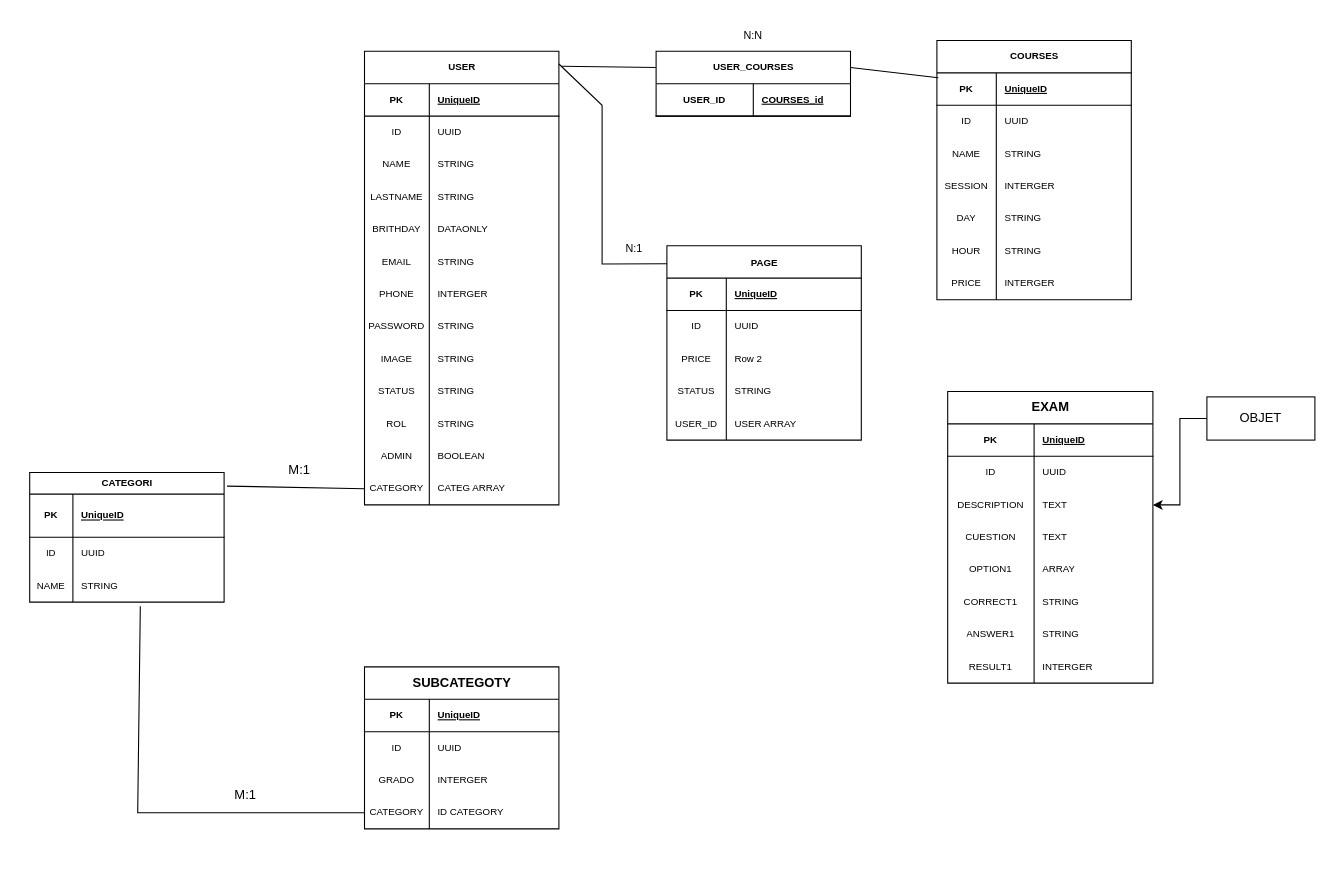
Above: Diagrama sin título.drawio in AndresAndrada/AndresAndrada (draw.io), before the change. Source tidied: cells renumbered, new cells numbered last; positions are measured from the earlier drawing's top-left corner, leaving out a move shared by most shapes. Both pictures are drawn from the tidied source at 108%, with x=0, y=0 at pixel (29, 18).
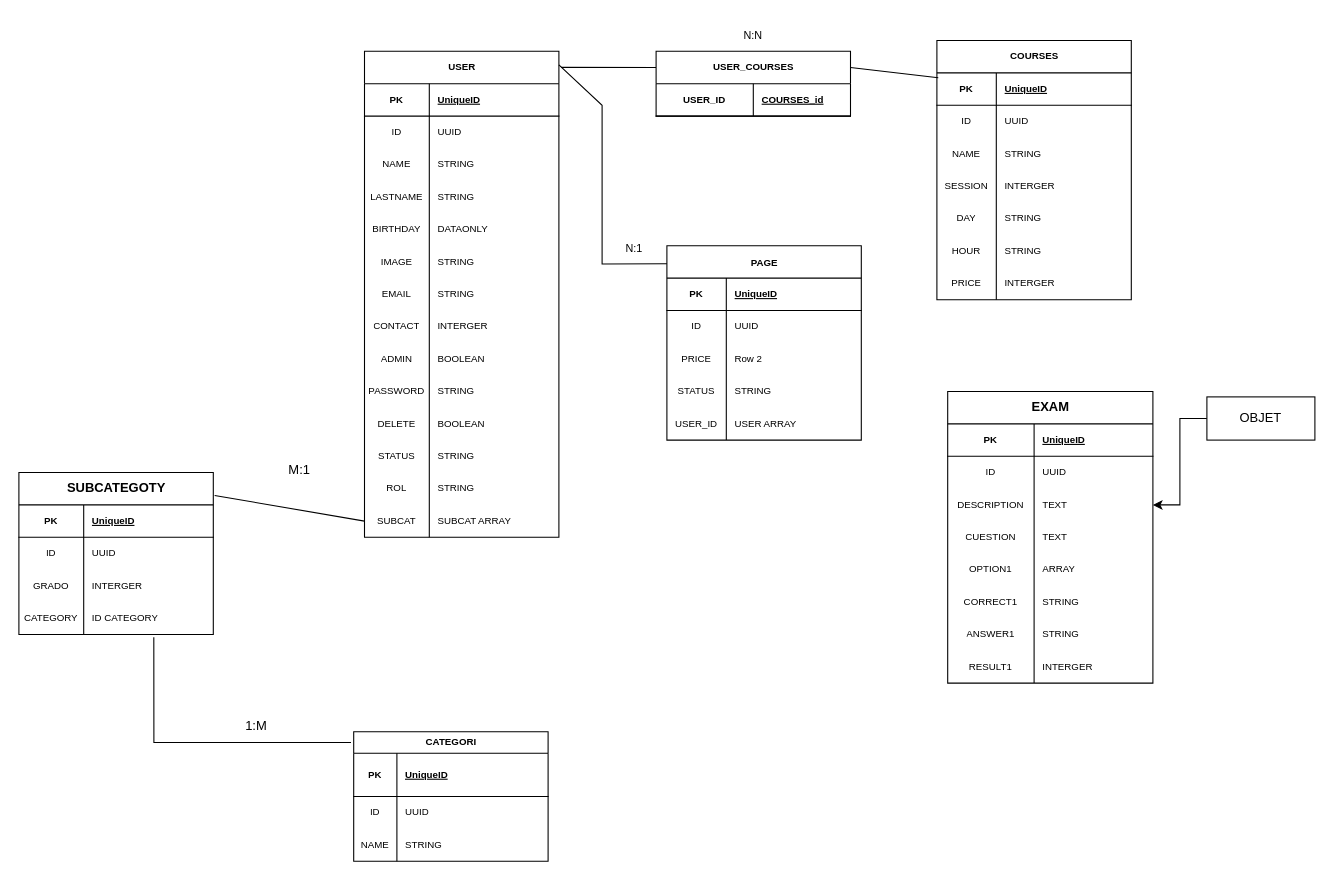
The same page after the edit.

The change refers to these unchanged cells:
```xml
<mxCell id="17" style="shape=tableRow;horizontal=0;startSize=0;swimlaneHead=0;swimlaneBody=0;fillColor=none;top=0;left=0;right=0;bottom=0;" parent="4" vertex="1">
  <mxGeometry y="150" width="180" height="30" as="geometry" />
</mxCell>
<mxCell id="73" style="shape=tableRow;horizontal=0;startSize=0;swimlaneHead=0;swimlaneBody=0;fillColor=none;points=[[0,0.5],[1,0.5]];portConstraint=eastwest;top=0;left=0;right=0;bottom=0;" parent="66" vertex="1">
  <mxGeometry y="90" width="180" height="30" as="geometry" />
</mxCell>
<mxCell id="138" style="shape=tableRow;horizontal=0;startSize=0;swimlaneHead=0;swimlaneBody=0;fillColor=none;points=[[0,0.5],[1,0.5]];portConstraint=eastwest;top=0;left=0;right=0;bottom=0;fontSize=9;" parent="128" vertex="1">
  <mxGeometry y="120" width="180" height="30" as="geometry" />
</mxCell>
```

What changed in the source:
```diff
@@
     <mxCell id="4" value="USER" style="shape=table;startSize=30;childLayout=tableLayout;rowLines=0;fontStyle=1;align=center;html=1;labelBorderColor=none;fontSize=9;" parent="1" vertex="1">
-      <mxGeometry x="310" y="30" width="180" height="420" as="geometry" />
+      <mxGeometry x="310" y="30" width="180" height="450" as="geometry" />
     </mxCell>
@@
-    <mxCell id="18" value="BRITHDAY" style="shape=partialRectangle;fillColor=none;top=0;left=0;bottom=0;right=0;overflow=hidden;whiteSpace=wrap;html=1;fontSize=9;" parent="17" vertex="1">
+    <mxCell id="18" value="BIRTHDAY" style="shape=partialRectangle;fillColor=none;top=0;left=0;bottom=0;right=0;overflow=hidden;whiteSpace=wrap;html=1;fontSize=9;" parent="17" vertex="1">
       <mxGeometry width="60" height="30" as="geometry" />
     </mxCell>
@@
+    <mxCell id="143" style="shape=tableRow;horizontal=0;startSize=0;swimlaneHead=0;swimlaneBody=0;fillColor=none;top=0;left=0;right=0;bottom=0;" parent="4" vertex="1">
+      <mxGeometry y="180" width="180" height="30" as="geometry" />
+    </mxCell>
+    <mxCell id="30" value="IMAGE" style="shape=partialRectangle;fillColor=none;top=0;left=0;bottom=0;right=0;overflow=hidden;whiteSpace=wrap;html=1;fontSize=9;" parent="143" vertex="1">
+      <mxGeometry width="60" height="30" as="geometry" />
+    </mxCell>
+    <mxCell id="31" value="STRING" style="shape=partialRectangle;fillColor=none;top=0;left=0;bottom=0;right=0;align=left;spacingLeft=6;overflow=hidden;whiteSpace=wrap;html=1;fontSize=9;" parent="143" vertex="1">
+      <mxGeometry x="60" width="120" height="30" as="geometry" />
+    </mxCell>
     <mxCell id="20" style="shape=tableRow;horizontal=0;startSize=0;swimlaneHead=0;swimlaneBody=0;fillColor=none;top=0;left=0;right=0;bottom=0;" parent="4" vertex="1">
-      <mxGeometry y="180" width="180" height="30" as="geometry" />
+      <mxGeometry y="210" width="180" height="30" as="geometry" />
     </mxCell>
@@
     <mxCell id="23" style="shape=tableRow;horizontal=0;startSize=0;swimlaneHead=0;swimlaneBody=0;fillColor=none;top=0;left=0;right=0;bottom=0;" parent="4" vertex="1">
-      <mxGeometry y="210" width="180" height="30" as="geometry" />
+      <mxGeometry y="240" width="180" height="30" as="geometry" />
     </mxCell>
-    <mxCell id="24" value="PHONE" style="shape=partialRectangle;fillColor=none;top=0;left=0;bottom=0;right=0;overflow=hidden;whiteSpace=wrap;html=1;fontSize=9;" parent="23" vertex="1">
+    <mxCell id="24" value="CONTACT" style="shape=partialRectangle;fillColor=none;top=0;left=0;bottom=0;right=0;overflow=hidden;whiteSpace=wrap;html=1;fontSize=9;" parent="23" vertex="1">
       <mxGeometry width="60" height="30" as="geometry" />
     </mxCell>
@@
+    <mxCell id="38" style="shape=tableRow;horizontal=0;startSize=0;swimlaneHead=0;swimlaneBody=0;fillColor=none;top=0;left=0;right=0;bottom=0;" parent="4" vertex="1">
+      <mxGeometry y="270" width="180" height="30" as="geometry" />
+    </mxCell>
+    <mxCell id="39" value="ADMIN" style="shape=partialRectangle;fillColor=none;top=0;left=0;bottom=0;right=0;overflow=hidden;whiteSpace=wrap;html=1;fontSize=9;" parent="38" vertex="1">
+      <mxGeometry width="60" height="30" as="geometry" />
+    </mxCell>
+    <mxCell id="40" value="BOOLEAN" style="shape=partialRectangle;fillColor=none;top=0;left=0;bottom=0;right=0;align=left;spacingLeft=6;overflow=hidden;whiteSpace=wrap;html=1;fontSize=9;" parent="38" vertex="1">
+      <mxGeometry x="60" width="120" height="30" as="geometry" />
+    </mxCell>
     <mxCell id="26" style="shape=tableRow;horizontal=0;startSize=0;swimlaneHead=0;swimlaneBody=0;fillColor=none;top=0;left=0;right=0;bottom=0;" parent="4" vertex="1">
-      <mxGeometry y="240" width="180" height="30" as="geometry" />
+      <mxGeometry y="300" width="180" height="30" as="geometry" />
     </mxCell>
@@
-    <mxCell id="29" style="shape=tableRow;horizontal=0;startSize=0;swimlaneHead=0;swimlaneBody=0;fillColor=none;top=0;left=0;right=0;bottom=0;" parent="4" vertex="1">
-      <mxGeometry y="270" width="180" height="30" as="geometry" />
-    </mxCell>
-    <mxCell id="30" value="IMAGE" style="shape=partialRectangle;fillColor=none;top=0;left=0;bottom=0;right=0;overflow=hidden;whiteSpace=wrap;html=1;fontSize=9;" parent="29" vertex="1">
-      <mxGeometry width="60" height="30" as="geometry" />
-    </mxCell>
-    <mxCell id="31" value="STRING" style="shape=partialRectangle;fillColor=none;top=0;left=0;bottom=0;right=0;align=left;spacingLeft=6;overflow=hidden;whiteSpace=wrap;html=1;fontSize=9;" parent="29" vertex="1">
-      <mxGeometry x="60" width="120" height="30" as="geometry" />
-    </mxCell>
+    <mxCell id="144" style="shape=tableRow;horizontal=0;startSize=0;swimlaneHead=0;swimlaneBody=0;fillColor=none;top=0;left=0;right=0;bottom=0;" parent="4" vertex="1">
+      <mxGeometry y="330" width="180" height="30" as="geometry" />
+    </mxCell>
+    <mxCell id="145" value="DELETE" style="shape=partialRectangle;fillColor=none;top=0;left=0;bottom=0;right=0;overflow=hidden;whiteSpace=wrap;html=1;fontSize=9;" parent="144" vertex="1">
+      <mxGeometry width="60" height="30" as="geometry" />
+    </mxCell>
+    <mxCell id="146" value="BOOLEAN" style="shape=partialRectangle;fillColor=none;top=0;left=0;bottom=0;right=0;align=left;spacingLeft=6;overflow=hidden;whiteSpace=wrap;html=1;fontSize=9;" parent="144" vertex="1">
+      <mxGeometry x="60" width="120" height="30" as="geometry" />
+    </mxCell>
     <mxCell id="32" style="shape=tableRow;horizontal=0;startSize=0;swimlaneHead=0;swimlaneBody=0;fillColor=none;top=0;left=0;right=0;bottom=0;" parent="4" vertex="1">
-      <mxGeometry y="300" width="180" height="30" as="geometry" />
+      <mxGeometry y="360" width="180" height="30" as="geometry" />
     </mxCell>
@@
     <mxCell id="35" style="shape=tableRow;horizontal=0;startSize=0;swimlaneHead=0;swimlaneBody=0;fillColor=none;top=0;left=0;right=0;bottom=0;" parent="4" vertex="1">
-      <mxGeometry y="330" width="180" height="30" as="geometry" />
+      <mxGeometry y="390" width="180" height="30" as="geometry" />
     </mxCell>
@@
-    <mxCell id="38" style="shape=tableRow;horizontal=0;startSize=0;swimlaneHead=0;swimlaneBody=0;fillColor=none;top=0;left=0;right=0;bottom=0;" parent="4" vertex="1">
-      <mxGeometry y="360" width="180" height="30" as="geometry" />
-    </mxCell>
-    <mxCell id="39" value="ADMIN" style="shape=partialRectangle;fillColor=none;top=0;left=0;bottom=0;right=0;overflow=hidden;whiteSpace=wrap;html=1;fontSize=9;" parent="38" vertex="1">
-      <mxGeometry width="60" height="30" as="geometry" />
-    </mxCell>
-    <mxCell id="40" value="BOOLEAN" style="shape=partialRectangle;fillColor=none;top=0;left=0;bottom=0;right=0;align=left;spacingLeft=6;overflow=hidden;whiteSpace=wrap;html=1;fontSize=9;" parent="38" vertex="1">
-      <mxGeometry x="60" width="120" height="30" as="geometry" />
-    </mxCell>
     <mxCell id="41" style="shape=tableRow;horizontal=0;startSize=0;swimlaneHead=0;swimlaneBody=0;fillColor=none;points=[[0,0.5],[1,0.5]];portConstraint=eastwest;top=0;left=0;right=0;bottom=0;" parent="4" vertex="1">
-      <mxGeometry y="390" width="180" height="30" as="geometry" />
+      <mxGeometry y="420" width="180" height="30" as="geometry" />
     </mxCell>
-    <mxCell id="42" value="CATEGORY" style="shape=partialRectangle;fillColor=none;top=0;left=0;bottom=0;right=0;overflow=hidden;whiteSpace=wrap;html=1;fontSize=9;" parent="41" vertex="1">
+    <mxCell id="42" value="SUBCAT" style="shape=partialRectangle;fillColor=none;top=0;left=0;bottom=0;right=0;overflow=hidden;whiteSpace=wrap;html=1;fontSize=9;" parent="41" vertex="1">
       <mxGeometry width="60" height="30" as="geometry" />
     </mxCell>
-    <mxCell id="43" value="CATEG ARRAY" style="shape=partialRectangle;fillColor=none;top=0;left=0;bottom=0;right=0;align=left;spacingLeft=6;overflow=hidden;whiteSpace=wrap;html=1;fontSize=9;" parent="41" vertex="1">
+    <mxCell id="43" value="SUBCAT ARRAY" style="shape=partialRectangle;fillColor=none;top=0;left=0;bottom=0;right=0;align=left;spacingLeft=6;overflow=hidden;whiteSpace=wrap;html=1;fontSize=9;" parent="41" vertex="1">
       <mxGeometry x="60" width="120" height="30" as="geometry" />
     </mxCell>
@@
     <mxCell id="66" value="CATEGORI" style="shape=table;startSize=20;childLayout=tableLayout;rowLines=0;fontStyle=1;align=center;html=1;fontSize=9;" parent="1" vertex="1">
-      <mxGeometry y="420" width="180" height="120" as="geometry" />
+      <mxGeometry x="300" y="660" width="180" height="120" as="geometry" />
     </mxCell>
@@
-    <mxCell id="77" style="endArrow=none;html=1;rounded=0;entryX=0;entryY=0.5;entryDx=0;entryDy=0;exitX=1.015;exitY=0.105;exitDx=0;exitDy=0;exitPerimeter=0;" parent="1" edge="1" source="66" target="41">
+    <mxCell id="77" style="endArrow=none;html=1;rounded=0;entryX=0;entryY=0.5;entryDx=0;entryDy=0;exitX=1.007;exitY=0.142;exitDx=0;exitDy=0;exitPerimeter=0;" parent="1" edge="1" source="128" target="41">
       <mxGeometry relative="1" as="geometry" />
     </mxCell>
@@
     <mxCell id="128" value="SUBCATEGOTY" style="shape=table;startSize=30;childLayout=tableLayout;rowLines=0;fontStyle=1;align=center;html=1;" parent="1" vertex="1">
-      <mxGeometry x="310" y="600" width="180" height="150" as="geometry" />
+      <mxGeometry x="-10" y="420" width="180" height="150" as="geometry" />
     </mxCell>
@@
-    <mxCell id="141" style="endArrow=none;html=1;rounded=0;entryX=0;entryY=0.5;entryDx=0;entryDy=0;exitX=0.569;exitY=1.125;exitDx=0;exitDy=0;exitPerimeter=0;" parent="1" edge="1" source="73" target="138">
-      <mxGeometry relative="1" as="geometry">
-        <Array as="points">
-          <mxPoint x="100" y="735" />
-        </Array>
-      </mxGeometry>
-    </mxCell>
-    <mxCell id="142" value="M:1" style="text;strokeColor=none;align=center;fillColor=none;html=1;verticalAlign=middle;whiteSpace=wrap;rounded=0;" parent="1" vertex="1">
-      <mxGeometry x="170" y="704" width="60" height="30" as="geometry" />
+    <mxCell id="142" value="1:M" style="text;strokeColor=none;align=center;fillColor=none;html=1;verticalAlign=middle;whiteSpace=wrap;rounded=0;" parent="1" vertex="1">
+      <mxGeometry x="180" y="640" width="60" height="30" as="geometry" />
     </mxCell>
+    <mxCell id="147" style="endArrow=none;html=1;rounded=0;exitX=0.694;exitY=1.083;exitDx=0;exitDy=0;exitPerimeter=0;entryX=-0.014;entryY=0.083;entryDx=0;entryDy=0;entryPerimeter=0;" parent="1" edge="1" source="138" target="66">
+      <mxGeometry relative="1" as="geometry">
+        <Array as="points">
+          <mxPoint x="115" y="670" />
+        </Array>
+      </mxGeometry>
+    </mxCell>
```
